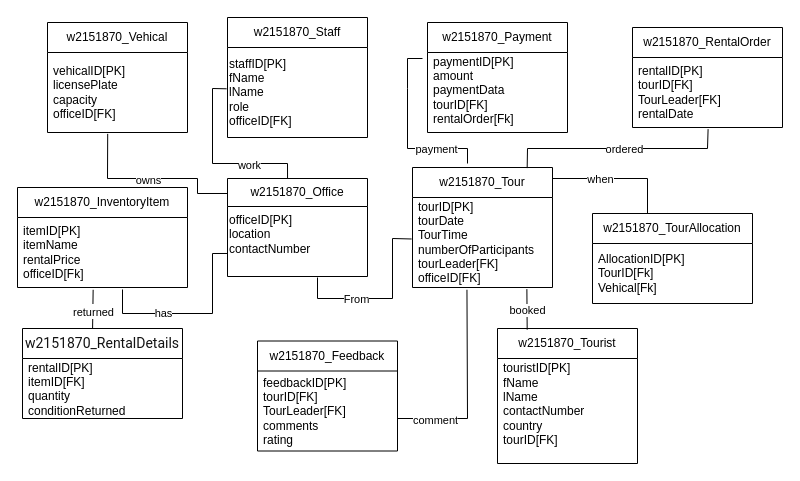
Yoda200512/codes keeps this draw.io diagram as Untitled Diagram.drawio. Above is the earlier version. Source tidied: cells renumbered, new cells numbered last; positions are measured from the earlier drawing's top-left corner, leaving out a move shared by most shapes. Both pictures are drawn from the tidied source at 100%, with x=0, y=0 at pixel (17, 17).
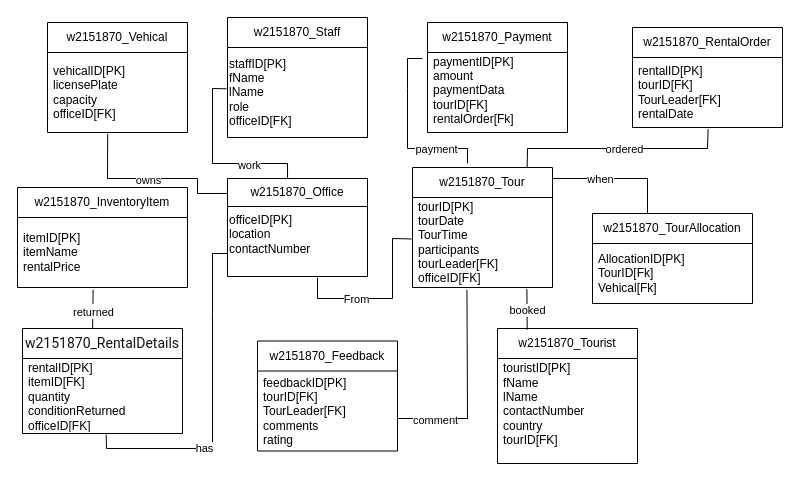
The same diagram, later.

The change refers to these unchanged cells:
```xml
<mxCell id="3" value="officeID[PK]&lt;div&gt;location&lt;/div&gt;&lt;div&gt;contactNumber&lt;/div&gt;&lt;div&gt;&lt;br&gt;&lt;/div&gt;" style="text;html=1;align=left;verticalAlign=middle;points=[];strokeColor=none;fillColor=none;" parent="2" vertex="1">
  <mxGeometry y="28" width="140" height="70" as="geometry" />
</mxCell>
<mxCell id="10" value="w2151870_Tour" style="swimlane;fontStyle=0;horizontal=1;startSize=30;whiteSpace=wrap;html=1;" parent="1" vertex="1">
  <mxGeometry x="395" y="150" width="140" height="120" as="geometry" />
</mxCell>
<mxCell id="16" value="w2151870_InventoryItem" style="swimlane;fontStyle=0;horizontal=1;startSize=30;whiteSpace=wrap;html=1;" parent="1" vertex="1">
  <mxGeometry y="170" width="170" height="100" as="geometry" />
</mxCell>
```

What changed in the source:
```diff
@@
-    <mxCell id="11" value="tourID[PK]&lt;div&gt;tourDate&lt;/div&gt;&lt;div&gt;TourTime&lt;/div&gt;&lt;div&gt;numberOfParticipants&lt;/div&gt;&lt;div&gt;tourLeader[FK]&lt;/div&gt;&lt;div&gt;officeID[FK]&lt;/div&gt;" style="text;strokeColor=none;fillColor=none;align=left;verticalAlign=middle;spacingLeft=4;spacingRight=4;overflow=hidden;points=[[0,0.5],[1,0.5]];portConstraint=eastwest;whiteSpace=wrap;html=1;" parent="10" vertex="1">
+    <mxCell id="11" value="tourID[PK]&lt;div&gt;tourDate&lt;/div&gt;&lt;div&gt;TourTime&lt;/div&gt;&lt;div&gt;participants&lt;/div&gt;&lt;div&gt;tourLeader[FK]&lt;/div&gt;&lt;div&gt;officeID[FK]&lt;/div&gt;" style="text;strokeColor=none;fillColor=none;align=left;verticalAlign=middle;spacingLeft=4;spacingRight=4;overflow=hidden;points=[[0,0.5],[1,0.5]];portConstraint=eastwest;whiteSpace=wrap;html=1;" parent="10" vertex="1">
       <mxGeometry y="30" width="140" height="90" as="geometry" />
     </mxCell>
@@
-    <mxCell id="17" value="itemID[PK]&lt;div&gt;itemName&lt;/div&gt;&lt;div&gt;rentalPrice&lt;/div&gt;&lt;div&gt;officeID[Fk]&lt;/div&gt;" style="text;strokeColor=none;fillColor=none;align=left;verticalAlign=middle;spacingLeft=4;spacingRight=4;overflow=hidden;points=[[0,0.5],[1,0.5]];portConstraint=eastwest;whiteSpace=wrap;html=1;" parent="16" vertex="1">
+    <mxCell id="17" value="itemID[PK]&lt;div&gt;itemName&lt;/div&gt;&lt;div&gt;rentalPrice&lt;/div&gt;" style="text;strokeColor=none;fillColor=none;align=left;verticalAlign=middle;spacingLeft=4;spacingRight=4;overflow=hidden;points=[[0,0.5],[1,0.5]];portConstraint=eastwest;whiteSpace=wrap;html=1;" parent="16" vertex="1">
       <mxGeometry y="30" width="170" height="70" as="geometry" />
     </mxCell>
@@
     <mxCell id="20" value="&lt;div style=&quot;text-align: start;&quot;&gt;&lt;font face=&quot;Roboto, Arial, sans-serif&quot; color=&quot;#131313&quot;&gt;&lt;span style=&quot;font-size: 14px; text-wrap-mode: nowrap; background-color: rgb(255, 255, 255);&quot;&gt;w2151870_RentalDetails&lt;/span&gt;&lt;/font&gt;&lt;/div&gt;" style="swimlane;fontStyle=0;horizontal=1;startSize=30;whiteSpace=wrap;html=1;" parent="1" vertex="1">
-      <mxGeometry x="5" y="311" width="160" height="90" as="geometry" />
+      <mxGeometry x="5" y="311" width="160" height="105" as="geometry" />
     </mxCell>
-    <mxCell id="21" value="rentalID[PK]&lt;div&gt;itemID[FK]&lt;/div&gt;&lt;div&gt;quantity&lt;/div&gt;&lt;div&gt;conditionReturned&lt;/div&gt;" style="text;strokeColor=none;fillColor=none;align=left;verticalAlign=middle;spacingLeft=4;spacingRight=4;overflow=hidden;points=[[0,0.5],[1,0.5]];portConstraint=eastwest;whiteSpace=wrap;html=1;" parent="20" vertex="1">
-      <mxGeometry y="30" width="160" height="60" as="geometry" />
+    <mxCell id="21" value="rentalID[PK]&lt;div&gt;itemID[FK]&lt;/div&gt;&lt;div&gt;quantity&lt;/div&gt;&lt;div&gt;conditionReturned&lt;/div&gt;&lt;div&gt;officeID[FK]&lt;/div&gt;" style="text;strokeColor=none;fillColor=none;align=left;verticalAlign=middle;spacingLeft=4;spacingRight=4;overflow=hidden;points=[[0,0.5],[1,0.5]];portConstraint=eastwest;whiteSpace=wrap;html=1;" parent="20" vertex="1">
+      <mxGeometry y="30" width="160" height="75" as="geometry" />
     </mxCell>
@@
-    <mxCell id="24" style="endArrow=none;html=1;rounded=0;entryX=0;entryY=0.671;entryDx=0;entryDy=0;entryPerimeter=0;" parent="1" edge="1" target="3">
+    <mxCell id="24" style="endArrow=none;html=1;rounded=0;entryX=0;entryY=0.671;entryDx=0;entryDy=0;entryPerimeter=0;exitX=0.523;exitY=1.013;exitDx=0;exitDy=0;exitPerimeter=0;" parent="1" edge="1" source="21" target="3">
       <mxGeometry relative="1" as="geometry">
-        <mxPoint x="105" y="272" as="sourcePoint" />
         <Array as="points">
-          <mxPoint x="105" y="296" />
+          <mxPoint x="89" y="431" />
+          <mxPoint x="195" y="431" />
           <mxPoint x="195" y="296" />
           <mxPoint x="195" y="236" />
         </Array>
       </mxGeometry>
     </mxCell>
```
